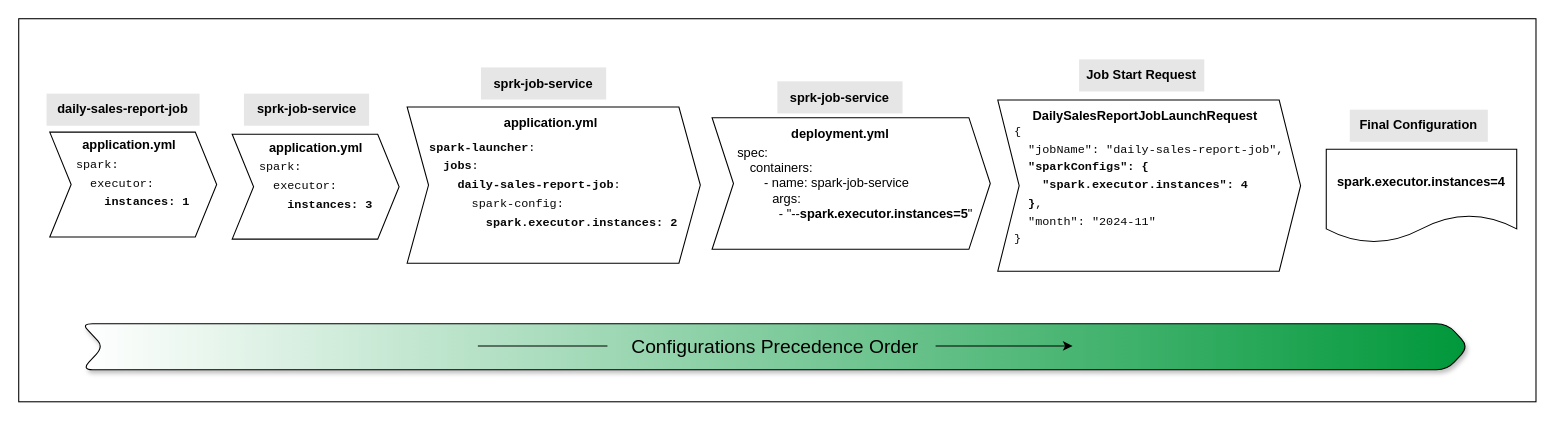
officiallysingh/spring-boot-spark-kubernetes keeps this draw.io diagram as img/Configurations_Precedence_Order.drawio. Above is the earlier version. Source tidied: cells renumbered, new cells numbered last; positions are measured from the earlier drawing's top-left corner, leaving out a move shared by most shapes. Both pictures are drawn from the tidied source at 107%, with x=0, y=0 at pixel (18, 18).
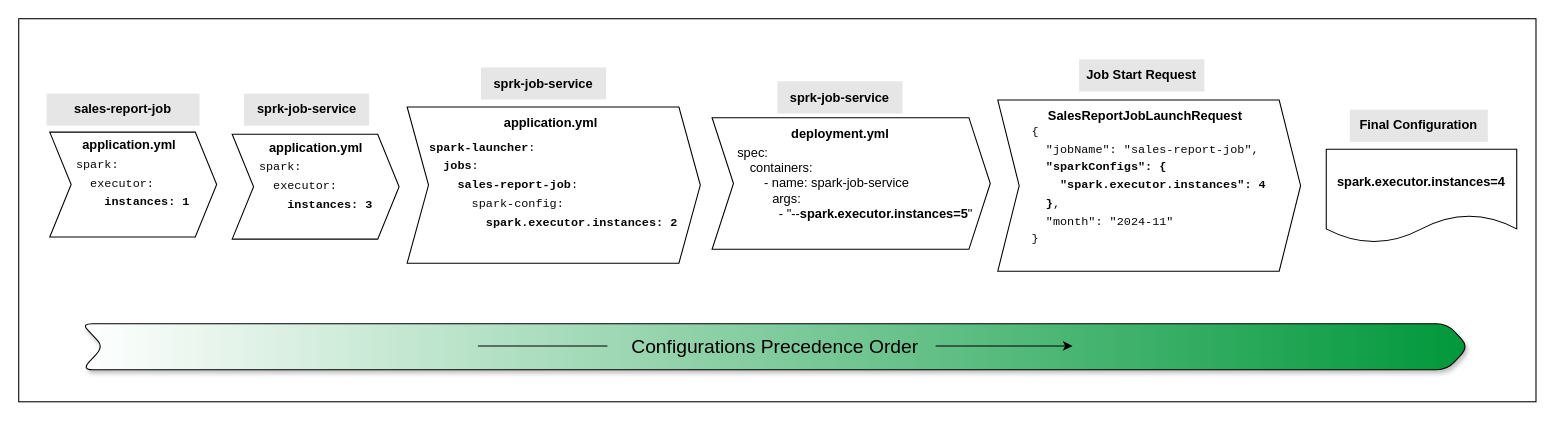
After the change.

Unchanged cells that the change refers to:
```xml
<mxCell id="3" style="group;" parent="1" vertex="1">
  <mxGeometry x="26" y="70" width="159" height="134" as="geometry" />
</mxCell>
<mxCell id="7" style="group;" parent="1" vertex="1">
  <mxGeometry x="363" y="45.5" width="274" height="183" as="geometry" />
</mxCell>
<mxCell id="22" style="group;" parent="1" vertex="1">
  <mxGeometry x="915" y="38" width="283" height="198" as="geometry" />
</mxCell>
```

The edit, as a diff of the source:
```diff
@@
-    <mxCell id="6" value="&lt;b&gt;daily-sales-report-job&lt;/b&gt;" style="text;html=1;align=center;verticalAlign=middle;whiteSpace=wrap;rounded=0;fillColor=#E6E6E6;fillStyle=solid;" parent="3" vertex="1">
+    <mxCell id="6" value="&lt;b&gt;sales-report-job&lt;/b&gt;" style="text;html=1;align=center;verticalAlign=middle;whiteSpace=wrap;rounded=0;fillColor=#E6E6E6;fillStyle=solid;" parent="3" vertex="1">
       <mxGeometry width="143" height="30" as="geometry" />
     </mxCell>
@@
-    <mxCell id="8" value="&lt;pre style=&quot;font-variant-numeric: normal; font-variant-east-asian: normal; font-variant-alternates: normal; font-size-adjust: none; font-kerning: auto; font-optical-sizing: auto; font-feature-settings: normal; font-variation-settings: normal; font-variant-position: normal; font-stretch: normal; line-height: 1.45; box-sizing: border-box; margin-top: 16px; margin-bottom: 16px; padding: 16px; overflow: auto; border-radius: 3px; text-align: start;&quot; class=&quot;code-fence&quot;&gt;&lt;font face=&quot;JetBrains Mono, Consolas, Liberation Mono, Menlo, Courier, monospace&quot; color=&quot;#080808&quot;&gt;&lt;span style=&quot;font-size: 11.05px;&quot;&gt;&lt;b&gt;spark-launcher&lt;/b&gt;:&lt;br&gt;  &lt;b&gt;jobs&lt;/b&gt;:&lt;br&gt;    &lt;b&gt;daily-sales-report-job&lt;/b&gt;:&lt;br&gt;      spark-config:&lt;br&gt;        &lt;b&gt;spark.executor.instances: 2&lt;/b&gt;&lt;/span&gt;&lt;span style=&quot;font-size: 0.85em;&quot;&gt;&lt;br&gt;&lt;/span&gt;&lt;/font&gt;&lt;/pre&gt;" style="shape=step;perimeter=stepPerimeter;whiteSpace=wrap;html=1;fixedSize=1;" parent="7" vertex="1">
+    <mxCell id="8" value="&lt;pre style=&quot;font-variant-numeric: normal; font-variant-east-asian: normal; font-variant-alternates: normal; font-size-adjust: none; font-kerning: auto; font-optical-sizing: auto; font-feature-settings: normal; font-variation-settings: normal; font-variant-position: normal; font-stretch: normal; line-height: 1.45; box-sizing: border-box; margin-top: 16px; margin-bottom: 16px; padding: 16px; overflow: auto; border-radius: 3px; text-align: start;&quot; class=&quot;code-fence&quot;&gt;&lt;font face=&quot;JetBrains Mono, Consolas, Liberation Mono, Menlo, Courier, monospace&quot; color=&quot;#080808&quot;&gt;&lt;span style=&quot;font-size: 11.05px;&quot;&gt;&lt;b&gt;spark-launcher&lt;/b&gt;:&lt;br&gt;  &lt;b&gt;jobs&lt;/b&gt;:&lt;br&gt;    &lt;b&gt;sales-report-job&lt;/b&gt;:&lt;br&gt;      spark-config:&lt;br&gt;        &lt;b&gt;spark.executor.instances: 2&lt;/b&gt;&lt;/span&gt;&lt;span style=&quot;font-size: 0.85em;&quot;&gt;&lt;br&gt;&lt;/span&gt;&lt;/font&gt;&lt;/pre&gt;" style="shape=step;perimeter=stepPerimeter;whiteSpace=wrap;html=1;fixedSize=1;" parent="7" vertex="1">
       <mxGeometry y="37" width="274" height="146" as="geometry" />
     </mxCell>
@@
-    <mxCell id="23" value="&lt;pre style=&quot;font-variant-numeric: normal; font-variant-east-asian: normal; font-variant-alternates: normal; font-size-adjust: none; font-kerning: auto; font-optical-sizing: auto; font-feature-settings: normal; font-variation-settings: normal; font-variant-position: normal; font-stretch: normal; font-size: 0.85em; line-height: 1.45; font-family: &amp;quot;JetBrains Mono&amp;quot;, Consolas, &amp;quot;Liberation Mono&amp;quot;, Menlo, Courier, monospace; box-sizing: border-box; margin-top: 16px; margin-bottom: 16px; padding: 16px; overflow: auto; border-radius: 3px; color: rgb(8, 8, 8); text-align: start;&quot; class=&quot;code-fence&quot;&gt;&lt;code style=&quot;box-sizing: border-box; font-variant-numeric: normal; font-variant-east-asian: normal; font-variant-alternates: normal; font-variant-position: normal; font-kerning: auto; font-optical-sizing: auto; font-feature-settings: normal; font-variation-settings: normal; font-stretch: normal; font-size: 11.05px; line-height: inherit; font-family: &amp;quot;JetBrains Mono&amp;quot;, Consolas, &amp;quot;Liberation Mono&amp;quot;, Menlo, Courier, monospace; padding: 0px; margin: 0px; border-radius: 3px; background-image: initial; background-position: initial; background-size: initial; background-repeat: initial; background-attachment: initial; background-origin: initial; background-clip: initial; word-break: normal; border: 0px; display: inline; max-width: initial; overflow: initial; overflow-wrap: normal;&quot; class=&quot;language-curl&quot;&gt;&lt;span style=&quot;box-sizing: border-box;&quot;&gt;{&lt;br&gt;&lt;/span&gt;&lt;span style=&quot;box-sizing: border-box;&quot;&gt;  &quot;jobName&quot;: &quot;daily-sales-report-job&quot;,&lt;/span&gt;&lt;span style=&quot;box-sizing: border-box;&quot;&gt;&lt;br&gt;&lt;/span&gt;&lt;span style=&quot;box-sizing: border-box;&quot;&gt;  &lt;b&gt;&quot;sparkConfigs&quot;: {&lt;br&gt;&lt;/b&gt;&lt;/span&gt;&lt;b&gt;&lt;span style=&quot;box-sizing: border-box;&quot;&gt;    &quot;spark.executor.instances&quot;: 4&lt;/span&gt;&lt;span style=&quot;box-sizing: border-box;&quot;&gt;&lt;br&gt;&lt;/span&gt;&lt;/b&gt;&lt;span style=&quot;box-sizing: border-box;&quot;&gt;&lt;b&gt;  }&lt;/b&gt;,&lt;br&gt;&lt;/span&gt;&lt;span style=&quot;box-sizing: border-box;&quot;&gt;  &quot;month&quot;: &quot;2024-11&quot;&lt;br&gt;&lt;/span&gt;&lt;span style=&quot;box-sizing: border-box;&quot;&gt;}&lt;/span&gt;&lt;/code&gt;&lt;/pre&gt;" style="shape=step;perimeter=stepPerimeter;whiteSpace=wrap;html=1;fixedSize=1;" parent="22" vertex="1">
+    <mxCell id="23" value="&lt;pre style=&quot;font-variant-numeric: normal; font-variant-east-asian: normal; font-variant-alternates: normal; font-size-adjust: none; font-kerning: auto; font-optical-sizing: auto; font-feature-settings: normal; font-variation-settings: normal; font-variant-position: normal; font-stretch: normal; font-size: 0.85em; line-height: 1.45; font-family: &amp;quot;JetBrains Mono&amp;quot;, Consolas, &amp;quot;Liberation Mono&amp;quot;, Menlo, Courier, monospace; box-sizing: border-box; margin-top: 16px; margin-bottom: 16px; padding: 16px; overflow: auto; border-radius: 3px; color: rgb(8, 8, 8); text-align: start;&quot; class=&quot;code-fence&quot;&gt;&lt;code style=&quot;box-sizing: border-box; font-variant-numeric: normal; font-variant-east-asian: normal; font-variant-alternates: normal; font-variant-position: normal; font-kerning: auto; font-optical-sizing: auto; font-feature-settings: normal; font-variation-settings: normal; font-stretch: normal; font-size: 11.05px; line-height: inherit; font-family: &amp;quot;JetBrains Mono&amp;quot;, Consolas, &amp;quot;Liberation Mono&amp;quot;, Menlo, Courier, monospace; padding: 0px; margin: 0px; border-radius: 3px; background-image: initial; background-position: initial; background-size: initial; background-repeat: initial; background-attachment: initial; background-origin: initial; background-clip: initial; word-break: normal; border: 0px; display: inline; max-width: initial; overflow: initial; overflow-wrap: normal;&quot; class=&quot;language-curl&quot;&gt;&lt;span style=&quot;box-sizing: border-box;&quot;&gt;{&lt;br&gt;&lt;/span&gt;&lt;span style=&quot;box-sizing: border-box;&quot;&gt;  &quot;jobName&quot;: &quot;sales-report-job&quot;,&lt;/span&gt;&lt;span style=&quot;box-sizing: border-box;&quot;&gt;&lt;br&gt;&lt;/span&gt;&lt;span style=&quot;box-sizing: border-box;&quot;&gt;  &lt;b&gt;&quot;sparkConfigs&quot;: {&lt;br&gt;&lt;/b&gt;&lt;/span&gt;&lt;b&gt;&lt;span style=&quot;box-sizing: border-box;&quot;&gt;    &quot;spark.executor.instances&quot;: 4&lt;/span&gt;&lt;span style=&quot;box-sizing: border-box;&quot;&gt;&lt;br&gt;&lt;/span&gt;&lt;/b&gt;&lt;span style=&quot;box-sizing: border-box;&quot;&gt;&lt;b&gt;  }&lt;/b&gt;,&lt;br&gt;&lt;/span&gt;&lt;span style=&quot;box-sizing: border-box;&quot;&gt;  &quot;month&quot;: &quot;2024-11&quot;&lt;br&gt;&lt;/span&gt;&lt;span style=&quot;box-sizing: border-box;&quot;&gt;}&lt;/span&gt;&lt;/code&gt;&lt;/pre&gt;" style="shape=step;perimeter=stepPerimeter;whiteSpace=wrap;html=1;fixedSize=1;" parent="22" vertex="1">
       <mxGeometry y="38" width="283" height="160" as="geometry" />
     </mxCell>
@@
-    <mxCell id="25" value="&lt;b&gt;DailySalesReportJobLaunchRequest&lt;/b&gt;" style="text;html=1;align=center;verticalAlign=middle;whiteSpace=wrap;rounded=0;" parent="22" vertex="1">
+    <mxCell id="25" value="&lt;b&gt;SalesReportJobLaunchRequest&lt;/b&gt;" style="text;html=1;align=center;verticalAlign=middle;whiteSpace=wrap;rounded=0;" parent="22" vertex="1">
       <mxGeometry x="21" y="38" width="234" height="30" as="geometry" />
     </mxCell>
```
